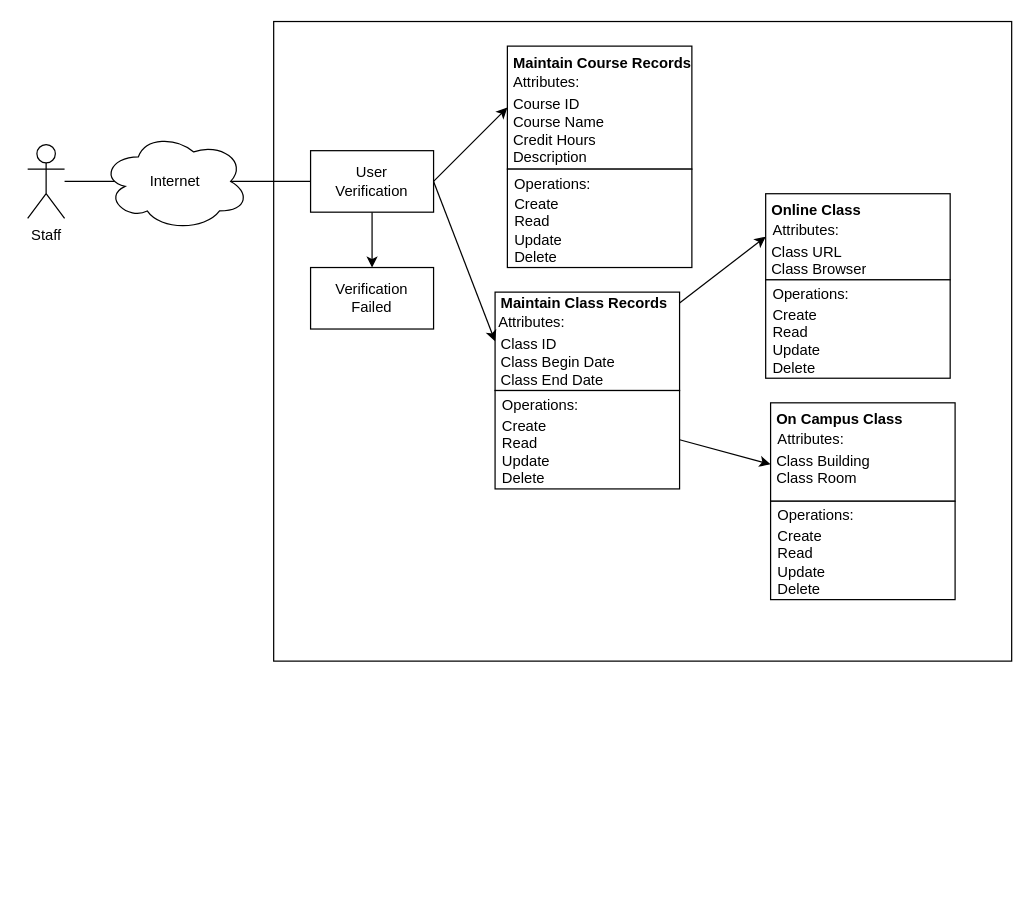
Before: Mod3_Discussion.drawio in BrandonLombard/OOAD-SNHU, a draw.io diagram. Source tidied: cells renumbered, new cells numbered last; positions are measured from the earlier drawing's top-left corner, leaving out a move shared by most shapes. Both pictures are drawn from the tidied source at 123%, with x=0, y=0 at pixel (27, 21).
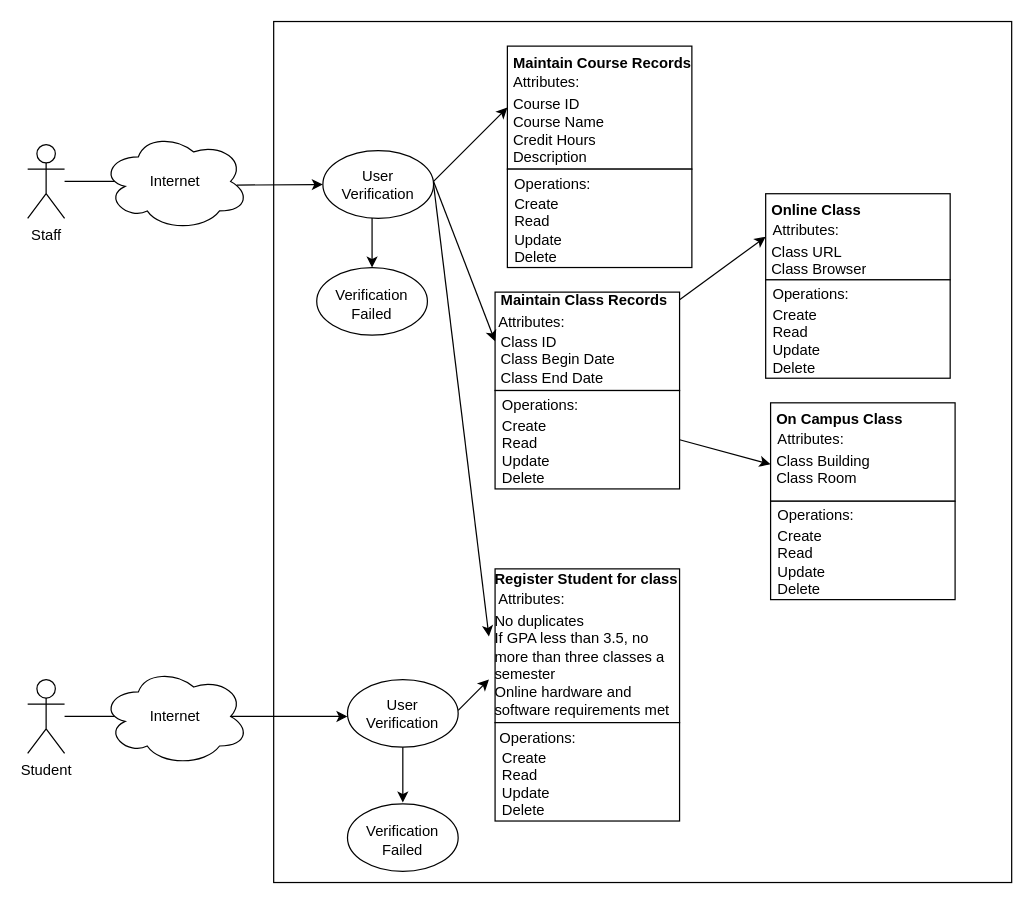
The same diagram, later.

The change refers to these unchanged cells:
```xml
<mxCell id="6" style="ellipse;shape=cloud;whiteSpace=wrap;html=1;" parent="1" vertex="1">
  <mxGeometry x="60" y="90" width="120" height="80" as="geometry" />
</mxCell>
```

What changed in the source:
```diff
@@
+    <mxCell id="4" style="rounded=0;whiteSpace=wrap;html=1;" parent="1" vertex="1">
+      <mxGeometry x="200" width="600" height="700" as="geometry" />
+    </mxCell>
+    <mxCell id="42" style="ellipse;whiteSpace=wrap;html=1;" parent="1" vertex="1">
+      <mxGeometry x="235" y="200" width="90" height="55" as="geometry" />
+    </mxCell>
+    <mxCell id="43" style="ellipse;whiteSpace=wrap;html=1;" parent="1" vertex="1">
+      <mxGeometry x="260" y="535" width="90" height="55" as="geometry" />
+    </mxCell>
+    <mxCell id="44" style="rounded=0;whiteSpace=wrap;html=1;" parent="1" vertex="1">
+      <mxGeometry x="380" y="445" width="150" height="125" as="geometry" />
+    </mxCell>
@@
-    <mxCell id="4" style="rounded=0;whiteSpace=wrap;html=1;" parent="1" vertex="1">
-      <mxGeometry x="200" width="600" height="520" as="geometry" />
-    </mxCell>
-    <mxCell id="5" style="edgeStyle=orthogonalEdgeStyle;rounded=0;jettySize=auto;html=1;exitX=0.875;exitY=0.5;exitDx=0;exitDy=0;exitPerimeter=0;" parent="1" edge="1" source="6" target="10">
-      <mxGeometry relative="1" as="geometry" />
-    </mxCell>
@@
-    <mxCell id="8" style="edgeStyle=orthogonalEdgeStyle;rounded=0;jettySize=auto;html=1;entryX=0.5;entryY=0;entryDx=0;entryDy=0;" parent="1" edge="1" source="9" target="11">
-      <mxGeometry relative="1" as="geometry" />
+    <mxCell id="8" style="edgeStyle=orthogonalEdgeStyle;rounded=0;orthogonalLoop=1;jettySize=auto;html=1;entryX=0.5;entryY=0;entryDx=0;entryDy=0;" parent="1" edge="1">
+      <mxGeometry relative="1" as="geometry">
+        <mxPoint x="280" y="155" as="sourcePoint" />
+        <mxPoint x="280" y="200" as="targetPoint" />
+      </mxGeometry>
     </mxCell>
-    <mxCell id="9" style="rounded=0;whiteSpace=wrap;html=1;" parent="1" vertex="1">
-      <mxGeometry x="230" y="105" width="100" height="50" as="geometry" />
-    </mxCell>
-    <mxCell id="10" value="User Verification" style="text;html=1;strokeColor=none;fillColor=none;align=center;verticalAlign=middle;whiteSpace=wrap;rounded=0;" parent="1" vertex="1">
-      <mxGeometry x="260" y="120" width="40" height="20" as="geometry" />
-    </mxCell>
-    <mxCell id="11" style="rounded=0;whiteSpace=wrap;html=1;" parent="1" vertex="1">
-      <mxGeometry x="230" y="200" width="100" height="50" as="geometry" />
-    </mxCell>
     <mxCell id="12" value="Verification Failed" style="text;html=1;strokeColor=none;fillColor=none;align=center;verticalAlign=middle;whiteSpace=wrap;rounded=0;" parent="1" vertex="1">
-      <mxGeometry x="260" y="215" width="40" height="20" as="geometry" />
+      <mxGeometry x="260" y="220" width="40" height="20" as="geometry" />
     </mxCell>
@@
     <mxCell id="17" value="&lt;h1&gt;&lt;span style=&quot;font-size: 12px&quot;&gt;Maintain Class Records&lt;/span&gt;&lt;/h1&gt;&lt;div&gt;&lt;span style=&quot;font-size: 12px&quot;&gt;Class ID&lt;/span&gt;&lt;/div&gt;&lt;div&gt;&lt;span style=&quot;font-size: 12px&quot;&gt;Class Begin Date&lt;/span&gt;&lt;/div&gt;&lt;div&gt;&lt;span style=&quot;font-size: 12px&quot;&gt;Class End Date&lt;/span&gt;&lt;/div&gt;" style="text;html=1;strokeColor=none;fillColor=none;spacing=5;spacingTop=-20;whiteSpace=wrap;overflow=hidden;rounded=0;" parent="1" vertex="1">
-      <mxGeometry x="380" y="205" width="150" height="95" as="geometry" />
+      <mxGeometry x="380" y="202.5" width="150" height="95" as="geometry" />
     </mxCell>
@@
+    <mxCell id="45" value="&lt;h1&gt;&lt;span style=&quot;font-size: 12px&quot;&gt;Register Student for class&lt;/span&gt;&lt;/h1&gt;&lt;div&gt;No duplicates&lt;/div&gt;&lt;div&gt;If GPA less than 3.5, no more than three classes a semester&lt;/div&gt;&lt;div&gt;Online hardware and software requirements met&lt;/div&gt;" style="text;html=1;strokeColor=none;fillColor=none;spacing=5;spacingTop=-20;whiteSpace=wrap;overflow=hidden;rounded=0;" parent="1" vertex="1">
+      <mxGeometry x="375" y="430" width="160" height="140" as="geometry" />
+    </mxCell>
+    <mxCell id="46" style="rounded=0;whiteSpace=wrap;html=1;" parent="1" vertex="1">
+      <mxGeometry x="380" y="570" width="150" height="80" as="geometry" />
+    </mxCell>
+    <mxCell id="47" value="Operations:" style="text;html=1;strokeColor=none;fillColor=none;align=center;verticalAlign=middle;whiteSpace=wrap;rounded=0;" parent="1" vertex="1">
+      <mxGeometry x="395" y="572.5" width="40" height="20" as="geometry" />
+    </mxCell>
+    <mxCell id="48" value="Create&lt;br&gt;Read&lt;br&gt;Update&lt;br&gt;Delete" style="text;html=1;strokeColor=none;fillColor=none;align=left;verticalAlign=middle;whiteSpace=wrap;rounded=0;" parent="1" vertex="1">
+      <mxGeometry x="384" y="610" width="40" height="20" as="geometry" />
+    </mxCell>
+    <mxCell id="49" value="Attributes:" style="text;html=1;strokeColor=none;fillColor=none;align=center;verticalAlign=middle;whiteSpace=wrap;rounded=0;" parent="1" vertex="1">
+      <mxGeometry x="390" y="460" width="40" height="20" as="geometry" />
+    </mxCell>
+    <mxCell id="50" style="edgeStyle=orthogonalEdgeStyle;rounded=0;jettySize=auto;html=1;entryX=0;entryY=0.5;entryDx=0;entryDy=0;" parent="1" edge="1" source="51" target="54">
+      <mxGeometry relative="1" as="geometry" />
+    </mxCell>
+    <mxCell id="51" value="Student" style="shape=umlActor;verticalLabelPosition=bottom;verticalAlign=top;html=1;outlineConnect=0;" parent="1" vertex="1">
+      <mxGeometry y="535" width="30" height="60" as="geometry" />
+    </mxCell>
+    <mxCell id="52" style="edgeStyle=orthogonalEdgeStyle;rounded=0;jettySize=auto;html=1;exitX=0.875;exitY=0.5;exitDx=0;exitDy=0;exitPerimeter=0;" parent="1" edge="1" source="53">
+      <mxGeometry relative="1" as="geometry">
+        <mxPoint x="260" y="565" as="targetPoint" />
+      </mxGeometry>
+    </mxCell>
+    <mxCell id="53" style="ellipse;shape=cloud;whiteSpace=wrap;html=1;" parent="1" vertex="1">
+      <mxGeometry x="60" y="525" width="120" height="80" as="geometry" />
+    </mxCell>
+    <mxCell id="54" value="Internet" style="text;html=1;strokeColor=none;fillColor=none;align=center;verticalAlign=middle;whiteSpace=wrap;rounded=0;" parent="1" vertex="1">
+      <mxGeometry x="100" y="555" width="40" height="20" as="geometry" />
+    </mxCell>
+    <mxCell id="55" style="edgeStyle=orthogonalEdgeStyle;rounded=0;orthogonalLoop=1;jettySize=auto;html=1;entryX=0.5;entryY=0;entryDx=0;entryDy=0;" parent="1" edge="1">
+      <mxGeometry relative="1" as="geometry">
+        <mxPoint x="305" y="590" as="sourcePoint" />
+        <mxPoint x="305" y="635" as="targetPoint" />
+      </mxGeometry>
+    </mxCell>
+    <mxCell id="56" value="User Verification" style="text;html=1;strokeColor=none;fillColor=none;align=center;verticalAlign=middle;whiteSpace=wrap;rounded=0;" parent="1" vertex="1">
+      <mxGeometry x="285" y="552.5" width="40" height="20" as="geometry" />
+    </mxCell>
+    <mxCell id="57" style="endArrow=classic;html=1;entryX=0;entryY=0.75;entryDx=0;entryDy=0;" parent="1" edge="1" target="45">
+      <mxGeometry relative="1" as="geometry">
+        <mxPoint x="350" y="560" as="sourcePoint" />
+      </mxGeometry>
+    </mxCell>
+    <mxCell id="58" style="endArrow=classic;html=1;exitX=1;exitY=0.5;exitDx=0;exitDy=0;entryX=0;entryY=0.5;entryDx=0;entryDy=0;" parent="1" edge="1" source="59" target="45">
+      <mxGeometry relative="1" as="geometry" />
+    </mxCell>
+    <mxCell id="59" style="ellipse;whiteSpace=wrap;html=1;" parent="1" vertex="1">
+      <mxGeometry x="240" y="105" width="90" height="55" as="geometry" />
+    </mxCell>
+    <mxCell id="60" value="User Verification" style="text;html=1;strokeColor=none;fillColor=none;align=center;verticalAlign=middle;whiteSpace=wrap;rounded=0;" parent="1" vertex="1">
+      <mxGeometry x="265" y="122.5" width="40" height="20" as="geometry" />
+    </mxCell>
+    <mxCell id="61" style="endArrow=classic;html=1;entryX=0;entryY=0.5;entryDx=0;entryDy=0;" parent="1" edge="1" target="59">
+      <mxGeometry relative="1" as="geometry">
+        <mxPoint x="170" y="133" as="sourcePoint" />
+      </mxGeometry>
+    </mxCell>
+    <mxCell id="62" style="ellipse;whiteSpace=wrap;html=1;" parent="1" vertex="1">
+      <mxGeometry x="260" y="636" width="90" height="55" as="geometry" />
+    </mxCell>
+    <mxCell id="63" value="Verification Failed" style="text;html=1;strokeColor=none;fillColor=none;align=center;verticalAlign=middle;whiteSpace=wrap;rounded=0;" parent="1" vertex="1">
+      <mxGeometry x="285" y="656" width="40" height="20" as="geometry" />
+    </mxCell>
```
